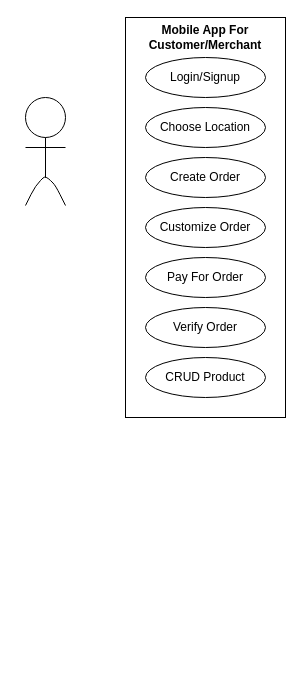
LIEUTRI/LuanVan keeps this draw.io diagram as UseCase Model.drawio. Above is the earlier version. Source tidied: cells renumbered, new cells numbered last; positions are measured from the earlier drawing's top-left corner, leaving out a move shared by most shapes. Both pictures are drawn from the tidied source at 100%, with x=0, y=0 at pixel (25, 17).
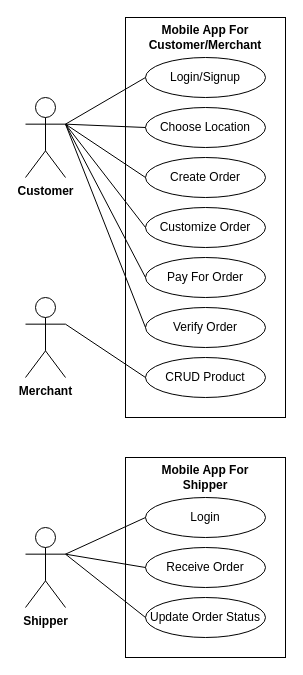
After the change.

The change refers to these unchanged cells:
```xml
<mxCell id="7" value="Login/Signup" style="ellipse;whiteSpace=wrap;html=1;" parent="1" vertex="1">
  <mxGeometry x="120" y="40" width="120" height="40" as="geometry" />
</mxCell>
<mxCell id="8" value="Choose Location" style="ellipse;whiteSpace=wrap;html=1;" parent="1" vertex="1">
  <mxGeometry x="120" y="90" width="120" height="40" as="geometry" />
</mxCell>
<mxCell id="9" value="Create Order" style="ellipse;whiteSpace=wrap;html=1;" parent="1" vertex="1">
  <mxGeometry x="120" y="140" width="120" height="40" as="geometry" />
</mxCell>
<mxCell id="10" value="Customize Order" style="ellipse;whiteSpace=wrap;html=1;" parent="1" vertex="1">
  <mxGeometry x="120" y="190" width="120" height="40" as="geometry" />
</mxCell>
<mxCell id="11" value="Pay For Order" style="ellipse;whiteSpace=wrap;html=1;" parent="1" vertex="1">
  <mxGeometry x="120" y="240" width="120" height="40" as="geometry" />
</mxCell>
<mxCell id="12" value="Verify Order" style="ellipse;whiteSpace=wrap;html=1;" parent="1" vertex="1">
  <mxGeometry x="120" y="290" width="120" height="40" as="geometry" />
</mxCell>
<mxCell id="13" value="CRUD Product" style="ellipse;whiteSpace=wrap;html=1;" parent="1" vertex="1">
  <mxGeometry x="120" y="340" width="120" height="40" as="geometry" />
</mxCell>
```

The edit, as a diff of the source:
```diff
@@
-    <mxCell id="2" style="group;" parent="1" vertex="1">
-      <mxGeometry y="80" width="40" height="88" as="geometry" />
-    </mxCell>
-    <mxCell id="3" style="ellipse;whiteSpace=wrap;html=1;" parent="2" vertex="1">
-      <mxGeometry width="40" height="40" as="geometry" />
-    </mxCell>
-    <mxCell id="4" style="endArrow=none;html=1;entryX=0.5;entryY=1;entryDx=0;entryDy=0;" parent="2" edge="1" target="3">
-      <mxGeometry relative="1" as="geometry">
-        <mxPoint x="20" y="80" as="sourcePoint" />
-      </mxGeometry>
-    </mxCell>
-    <mxCell id="5" style="endArrow=none;html=1;" parent="2" edge="1">
-      <mxGeometry relative="1" as="geometry">
-        <mxPoint y="50" as="sourcePoint" />
-        <mxPoint x="40" y="50" as="targetPoint" />
-      </mxGeometry>
-    </mxCell>
-    <mxCell id="6" style="endArrow=none;html=1;" parent="2" edge="1">
-      <mxGeometry relative="1" as="geometry">
-        <mxPoint y="108" as="sourcePoint" />
-        <mxPoint x="40" y="108" as="targetPoint" />
-        <Array as="points">
-          <mxPoint x="10" y="88" />
-          <mxPoint x="20" y="78" />
-          <mxPoint x="30" y="88" />
-        </Array>
-      </mxGeometry>
-    </mxCell>
+    <mxCell id="16" style="rounded=0;whiteSpace=wrap;html=1;fillColor=none;" parent="1" vertex="1">
+      <mxGeometry x="100" y="440" width="160" height="200" as="geometry" />
+    </mxCell>
+    <mxCell id="15" style="rounded=0;whiteSpace=wrap;html=1;fillColor=none;" parent="1" vertex="1">
+      <mxGeometry x="100" width="160" height="400" as="geometry" />
+    </mxCell>
@@
-    <mxCell id="15" style="rounded=0;whiteSpace=wrap;html=1;fillColor=none;" parent="1" vertex="1">
-      <mxGeometry x="100" width="160" height="400" as="geometry" />
-    </mxCell>
+    <mxCell id="17" value="&lt;b&gt;Customer&lt;/b&gt;" style="shape=umlActor;verticalLabelPosition=bottom;verticalAlign=top;html=1;outlineConnect=0;fillColor=none;" parent="1" vertex="1">
+      <mxGeometry y="80" width="40" height="80" as="geometry" />
+    </mxCell>
+    <mxCell id="18" value="&lt;b&gt;Merchant&lt;/b&gt;" style="shape=umlActor;verticalLabelPosition=bottom;verticalAlign=top;html=1;outlineConnect=0;fillColor=none;" parent="1" vertex="1">
+      <mxGeometry y="280" width="40" height="80" as="geometry" />
+    </mxCell>
+    <mxCell id="19" value="Login" style="ellipse;whiteSpace=wrap;html=1;" parent="1" vertex="1">
+      <mxGeometry x="120" y="480" width="120" height="40" as="geometry" />
+    </mxCell>
+    <mxCell id="20" value="Receive Order" style="ellipse;whiteSpace=wrap;html=1;" parent="1" vertex="1">
+      <mxGeometry x="120" y="530" width="120" height="40" as="geometry" />
+    </mxCell>
+    <mxCell id="21" value="Update Order Status" style="ellipse;whiteSpace=wrap;html=1;" parent="1" vertex="1">
+      <mxGeometry x="120" y="580" width="120" height="40" as="geometry" />
+    </mxCell>
+    <mxCell id="22" value="&lt;b&gt;Mobile App For Shipper&lt;/b&gt;" style="text;html=1;strokeColor=none;fillColor=none;align=center;verticalAlign=middle;whiteSpace=wrap;rounded=0;" parent="1" vertex="1">
+      <mxGeometry x="135" y="450" width="90" height="20" as="geometry" />
+    </mxCell>
+    <mxCell id="23" value="&lt;b&gt;Shipper&lt;/b&gt;" style="shape=umlActor;verticalLabelPosition=bottom;verticalAlign=top;html=1;outlineConnect=0;fillColor=none;" parent="1" vertex="1">
+      <mxGeometry y="510" width="40" height="80" as="geometry" />
+    </mxCell>
+    <mxCell id="24" style="endArrow=none;html=1;entryX=0;entryY=0.5;entryDx=0;entryDy=0;exitX=1;exitY=0.3333333333333333;exitDx=0;exitDy=0;exitPerimeter=0;" parent="1" edge="1" source="23" target="19">
+      <mxGeometry relative="1" as="geometry" />
+    </mxCell>
+    <mxCell id="25" style="endArrow=none;html=1;exitX=1;exitY=0.3333333333333333;exitDx=0;exitDy=0;exitPerimeter=0;entryX=0;entryY=0.5;entryDx=0;entryDy=0;" parent="1" edge="1" source="23" target="20">
+      <mxGeometry relative="1" as="geometry" />
+    </mxCell>
+    <mxCell id="26" style="endArrow=none;html=1;entryX=0;entryY=0.5;entryDx=0;entryDy=0;exitX=1;exitY=0.3333333333333333;exitDx=0;exitDy=0;exitPerimeter=0;" parent="1" edge="1" source="23" target="21">
+      <mxGeometry relative="1" as="geometry" />
+    </mxCell>
+    <mxCell id="27" style="endArrow=none;html=1;exitX=1;exitY=0.3333333333333333;exitDx=0;exitDy=0;exitPerimeter=0;entryX=0;entryY=0.5;entryDx=0;entryDy=0;" parent="1" edge="1" source="17" target="7">
+      <mxGeometry relative="1" as="geometry" />
+    </mxCell>
+    <mxCell id="28" style="endArrow=none;html=1;exitX=1;exitY=0.3333333333333333;exitDx=0;exitDy=0;exitPerimeter=0;entryX=0;entryY=0.5;entryDx=0;entryDy=0;" parent="1" edge="1" source="17" target="8">
+      <mxGeometry relative="1" as="geometry" />
+    </mxCell>
+    <mxCell id="29" style="endArrow=none;html=1;entryX=0;entryY=0.5;entryDx=0;entryDy=0;exitX=1;exitY=0.3333333333333333;exitDx=0;exitDy=0;exitPerimeter=0;" parent="1" edge="1" source="17" target="9">
+      <mxGeometry relative="1" as="geometry" />
+    </mxCell>
+    <mxCell id="30" style="endArrow=none;html=1;entryX=0;entryY=0.5;entryDx=0;entryDy=0;exitX=1;exitY=0.3333333333333333;exitDx=0;exitDy=0;exitPerimeter=0;" parent="1" edge="1" source="17" target="10">
+      <mxGeometry relative="1" as="geometry" />
+    </mxCell>
+    <mxCell id="31" style="endArrow=none;html=1;entryX=0;entryY=0.5;entryDx=0;entryDy=0;exitX=1;exitY=0.3333333333333333;exitDx=0;exitDy=0;exitPerimeter=0;" parent="1" edge="1" source="17" target="11">
+      <mxGeometry relative="1" as="geometry" />
+    </mxCell>
+    <mxCell id="32" style="endArrow=none;html=1;exitX=1;exitY=0.3333333333333333;exitDx=0;exitDy=0;exitPerimeter=0;entryX=0;entryY=0.5;entryDx=0;entryDy=0;" parent="1" edge="1" source="18" target="13">
+      <mxGeometry relative="1" as="geometry" />
+    </mxCell>
+    <mxCell id="33" style="endArrow=none;html=1;entryX=0;entryY=0.5;entryDx=0;entryDy=0;exitX=1;exitY=0.3333333333333333;exitDx=0;exitDy=0;exitPerimeter=0;" parent="1" edge="1" source="17" target="12">
+      <mxGeometry relative="1" as="geometry" />
+    </mxCell>
```
